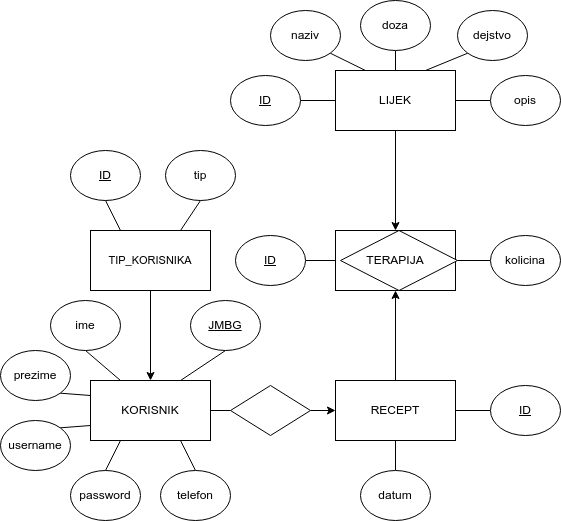
The draw.io diagram docs/Izvjestaj1/ERD.png in Balsa-Dogandzic/OnlinePharmacy, before a commit. Source tidied: cells renumbered, new cells last; positions are measured from the earlier drawing's top-left corner, leaving out a move shared by most shapes.
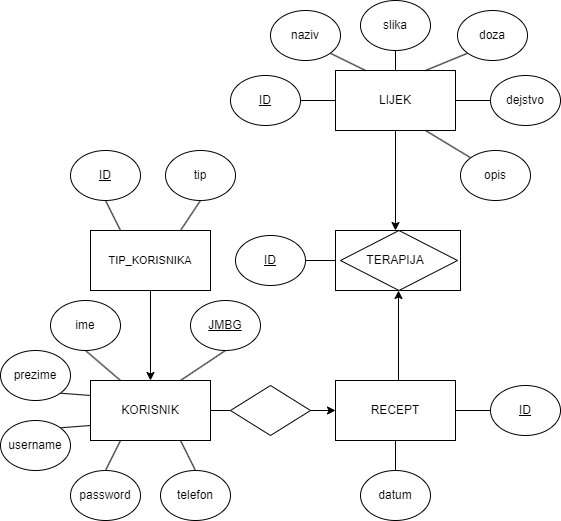
After the change.

What changed in the source:
```diff
@@ -3,7 +3,7 @@
     <mxCell id="0" />
     <mxCell id="1" parent="0" />
     <mxCell id="2" value="LIJEK/RECEPT" style="rounded=0;whiteSpace=wrap;html=1;" parent="1" vertex="1">
-      <mxGeometry x="335" y="230" width="120" height="60" as="geometry" />
+      <mxGeometry x="335" y="230" width="125" height="60" as="geometry" />
     </mxCell>
     <mxCell id="3" style="rhombus;whiteSpace=wrap;html=1;" parent="1" vertex="1">
       <mxGeometry x="340" y="230" width="117" height="60" as="geometry" />
@@ -17,15 +17,9 @@
     <mxCell id="6" value="KORISNIK" style="rounded=0;whiteSpace=wrap;html=1;" parent="1" vertex="1">
       <mxGeometry x="90" y="380" width="120" height="60" as="geometry" />
     </mxCell>
-    <mxCell id="7" style="edgeStyle=orthogonalEdgeStyle;rounded=0;jettySize=auto;html=1;exitX=0.5;exitY=1;exitDx=0;exitDy=0;entryX=0.5;entryY=0;entryDx=0;entryDy=0;" parent="1" edge="1" source="8" target="2">
-      <mxGeometry relative="1" as="geometry" />
-    </mxCell>
     <mxCell id="8" value="LIJEK" style="rounded=0;whiteSpace=wrap;html=1;" parent="1" vertex="1">
       <mxGeometry x="335" y="70" width="120" height="60" as="geometry" />
     </mxCell>
-    <mxCell id="9" style="edgeStyle=orthogonalEdgeStyle;rounded=0;jettySize=auto;html=1;exitX=0.5;exitY=0;exitDx=0;exitDy=0;entryX=0.5;entryY=1;entryDx=0;entryDy=0;" parent="1" edge="1" source="10" target="2">
-      <mxGeometry relative="1" as="geometry" />
-    </mxCell>
     <mxCell id="10" value="RECEPT" style="rounded=0;whiteSpace=wrap;html=1;" parent="1" vertex="1">
       <mxGeometry x="335" y="380" width="120" height="60" as="geometry" />
     </mxCell>
@@ -92,12 +86,6 @@
     <mxCell id="31" value="telefon" style="ellipse;whiteSpace=wrap;html=1;" parent="1" vertex="1">
       <mxGeometry x="160" y="470" width="70" height="50" as="geometry" />
     </mxCell>
-    <mxCell id="32" style="edgeStyle=none;rounded=0;jettySize=auto;html=1;exitX=0;exitY=0.5;exitDx=0;exitDy=0;entryX=1;entryY=0.5;entryDx=0;entryDy=0;strokeColor=default;align=center;verticalAlign=middle;fontFamily=Helvetica;fontSize=11;fontColor=default;labelBackgroundColor=default;endArrow=none;endFill=0;" parent="1" edge="1" source="33" target="3">
-      <mxGeometry relative="1" as="geometry" />
-    </mxCell>
-    <mxCell id="33" value="kolicina" style="ellipse;whiteSpace=wrap;html=1;" parent="1" vertex="1">
-      <mxGeometry x="490" y="235" width="70" height="50" as="geometry" />
-    </mxCell>
     <mxCell id="34" style="edgeStyle=none;rounded=0;jettySize=auto;html=1;exitX=1;exitY=1;exitDx=0;exitDy=0;entryX=0.25;entryY=0;entryDx=0;entryDy=0;strokeColor=default;align=center;verticalAlign=middle;fontFamily=Helvetica;fontSize=11;fontColor=default;labelBackgroundColor=default;endArrow=none;endFill=0;" parent="1" edge="1" source="35" target="8">
       <mxGeometry relative="1" as="geometry" />
     </mxCell>
@@ -107,19 +95,19 @@
     <mxCell id="36" style="edgeStyle=none;rounded=0;jettySize=auto;html=1;exitX=0.5;exitY=1;exitDx=0;exitDy=0;entryX=0.5;entryY=0;entryDx=0;entryDy=0;strokeColor=default;align=center;verticalAlign=middle;fontFamily=Helvetica;fontSize=11;fontColor=default;labelBackgroundColor=default;endArrow=none;endFill=0;" parent="1" edge="1" source="37" target="8">
       <mxGeometry relative="1" as="geometry" />
     </mxCell>
-    <mxCell id="37" value="doza" style="ellipse;whiteSpace=wrap;html=1;" parent="1" vertex="1">
+    <mxCell id="37" value="slika" style="ellipse;whiteSpace=wrap;html=1;" parent="1" vertex="1">
       <mxGeometry x="360" width="70" height="50" as="geometry" />
     </mxCell>
     <mxCell id="38" style="edgeStyle=none;rounded=0;jettySize=auto;html=1;exitX=0;exitY=1;exitDx=0;exitDy=0;entryX=0.75;entryY=0;entryDx=0;entryDy=0;strokeColor=default;align=center;verticalAlign=middle;fontFamily=Helvetica;fontSize=11;fontColor=default;labelBackgroundColor=default;endArrow=none;endFill=0;" parent="1" edge="1" source="39" target="8">
       <mxGeometry relative="1" as="geometry" />
     </mxCell>
-    <mxCell id="39" value="dejstvo" style="ellipse;whiteSpace=wrap;html=1;" parent="1" vertex="1">
+    <mxCell id="39" value="doza" style="ellipse;whiteSpace=wrap;html=1;" parent="1" vertex="1">
       <mxGeometry x="457" y="10" width="70" height="50" as="geometry" />
     </mxCell>
     <mxCell id="40" style="edgeStyle=none;rounded=0;jettySize=auto;html=1;exitX=0;exitY=0.5;exitDx=0;exitDy=0;entryX=1;entryY=0.5;entryDx=0;entryDy=0;strokeColor=default;align=center;verticalAlign=middle;fontFamily=Helvetica;fontSize=11;fontColor=default;labelBackgroundColor=default;endArrow=none;endFill=0;" parent="1" edge="1" source="41" target="8">
       <mxGeometry relative="1" as="geometry" />
     </mxCell>
-    <mxCell id="41" value="opis" style="ellipse;whiteSpace=wrap;html=1;" parent="1" vertex="1">
+    <mxCell id="41" value="dejstvo" style="ellipse;whiteSpace=wrap;html=1;" parent="1" vertex="1">
       <mxGeometry x="490" y="75" width="70" height="50" as="geometry" />
     </mxCell>
     <mxCell id="42" style="edgeStyle=none;rounded=0;jettySize=auto;html=1;exitX=0.5;exitY=0;exitDx=0;exitDy=0;entryX=0.5;entryY=1;entryDx=0;entryDy=0;strokeColor=default;align=center;verticalAlign=middle;fontFamily=Helvetica;fontSize=11;fontColor=default;labelBackgroundColor=default;endArrow=none;endFill=0;" parent="1" edge="1" source="43" target="10">
@@ -143,5 +131,22 @@
     <mxCell id="48" value="tip" style="ellipse;whiteSpace=wrap;html=1;" parent="1" vertex="1">
       <mxGeometry x="165" y="150" width="70" height="50" as="geometry" />
     </mxCell>
+    <mxCell id="49" style="rounded=0;jettySize=auto;html=1;exitX=0;exitY=0;exitDx=0;exitDy=0;entryX=0.75;entryY=1;entryDx=0;entryDy=0;endArrow=none;endFill=0;" parent="1" edge="1" source="50" target="8">
+      <mxGeometry relative="1" as="geometry" />
+    </mxCell>
+    <mxCell id="50" value="opis" style="ellipse;whiteSpace=wrap;html=1;" parent="1" vertex="1">
+      <mxGeometry x="460" y="150" width="70" height="50" as="geometry" />
+    </mxCell>
+    <mxCell id="51" style="endArrow=classic;html=1;rounded=0;exitX=0.5;exitY=1;exitDx=0;exitDy=0;" parent="1" edge="1" source="8">
+      <mxGeometry relative="1" as="geometry">
+        <mxPoint x="395" y="230" as="targetPoint" />
+      </mxGeometry>
+    </mxCell>
+    <mxCell id="52" style="endArrow=none;html=1;rounded=0;exitX=0.5;exitY=1;exitDx=0;exitDy=0;endFill=0;startArrow=classic;startFill=1;" parent="1" edge="1">
+      <mxGeometry relative="1" as="geometry">
+        <mxPoint x="398" y="290" as="sourcePoint" />
+        <mxPoint x="398" y="380" as="targetPoint" />
+      </mxGeometry>
+    </mxCell>
   </root>
 </mxGraphModel>
```
